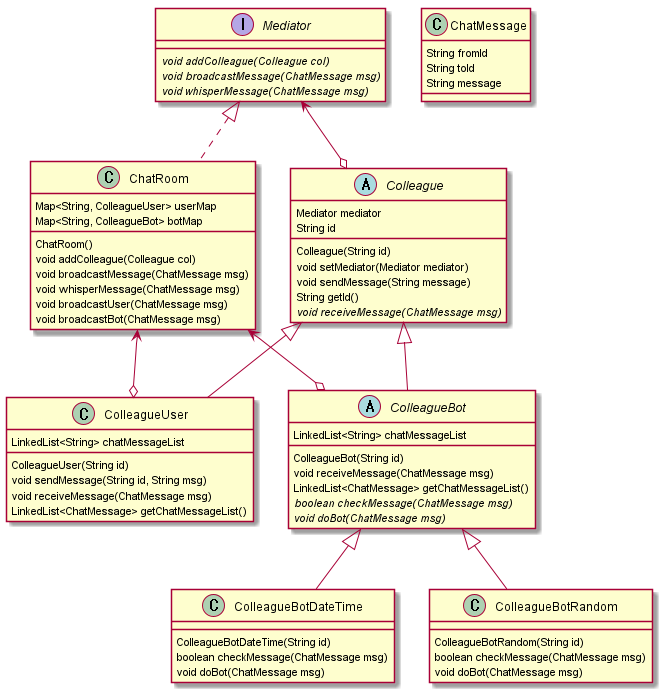
windowforsun/blog keeps this PlantUML diagram as img/designpattern/2/concept_mediator_2.png. Above is the earlier version.
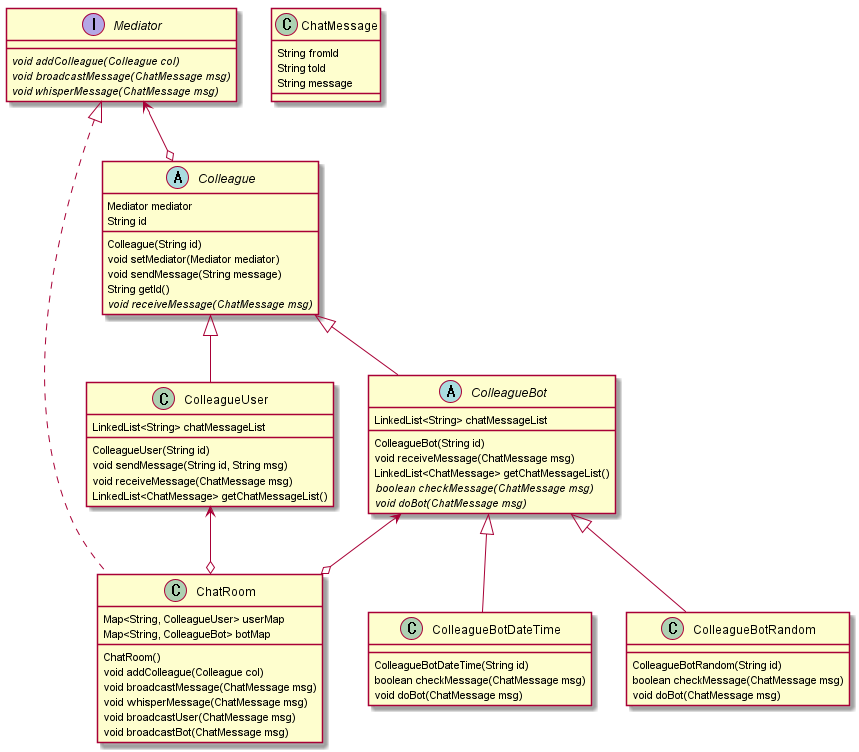
Above is the later version.

Commit message:
mediator 이미지 수정

Change to the diagram source:
```diff
@@ -74,8 +74,8 @@
 ColleagueBot <|-- ColleagueBotDateTime
 ColleagueBot <|-- ColleagueBotRandom
 
-ChatRoom <--o ColleagueUser
-ChatRoom <--o ColleagueBot
+ColleagueUser <--o ChatRoom
+ColleagueBot <--o ChatRoom
 
 
 @enduml
```
